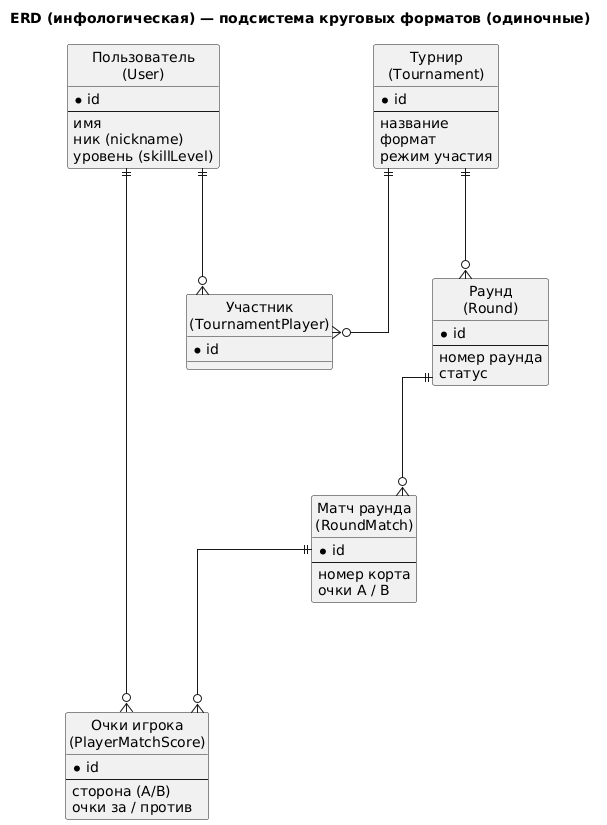
This is docs/diagrams/05b.png from memekas/diplom, a PlantUML export, as it was before one commit.
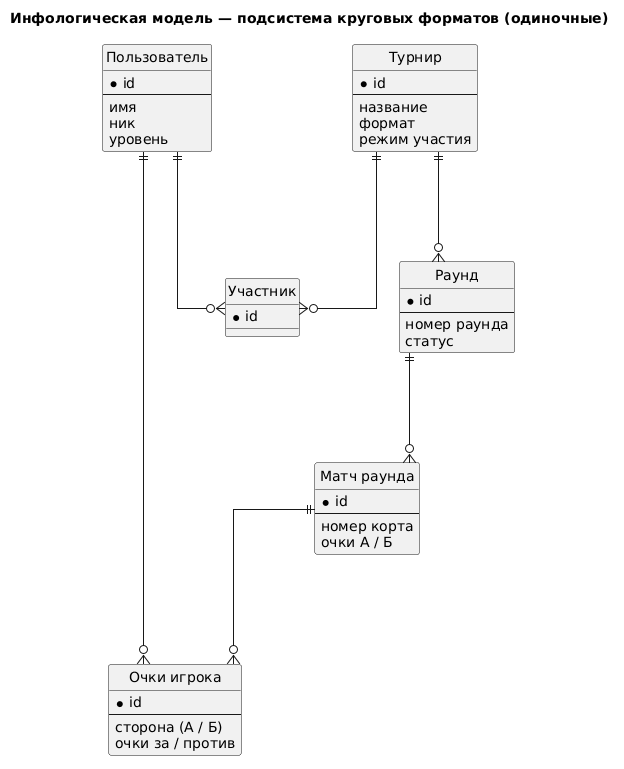
After the change.

What changed in the source:
```diff
@@ -1,20 +1,20 @@
 @startuml
-title ERD (инфологическая) — подсистема круговых форматов (одиночные)
+title Инфологическая модель — подсистема круговых форматов (одиночные)
 
 hide circle
 skinparam linetype ortho
 skinparam nodesep 100
 skinparam ranksep 110
 
-entity "Пользователь\n(User)" as User {
+entity "Пользователь" as User {
   * id
   --
   имя
-  ник (nickname)
-  уровень (skillLevel)
+  ник
+  уровень
 }
 
-entity "Турнир\n(Tournament)" as Tournament {
+entity "Турнир" as Tournament {
   * id
   --
   название
@@ -22,28 +22,28 @@
   режим участия
 }
 
-entity "Участник\n(TournamentPlayer)" as TPlayer {
+entity "Участник" as TPlayer {
   * id
 }
 
-entity "Раунд\n(Round)" as Round {
+entity "Раунд" as Round {
   * id
   --
   номер раунда
   статус
 }
 
-entity "Матч раунда\n(RoundMatch)" as RoundMatch {
+entity "Матч раунда" as RoundMatch {
   * id
   --
   номер корта
-  очки A / B
+  очки А / Б
 }
 
-entity "Очки игрока\n(PlayerMatchScore)" as PMS {
+entity "Очки игрока" as PMS {
   * id
   --
-  сторона (A/B)
+  сторона (А / Б)
   очки за / против
 }
 
```
